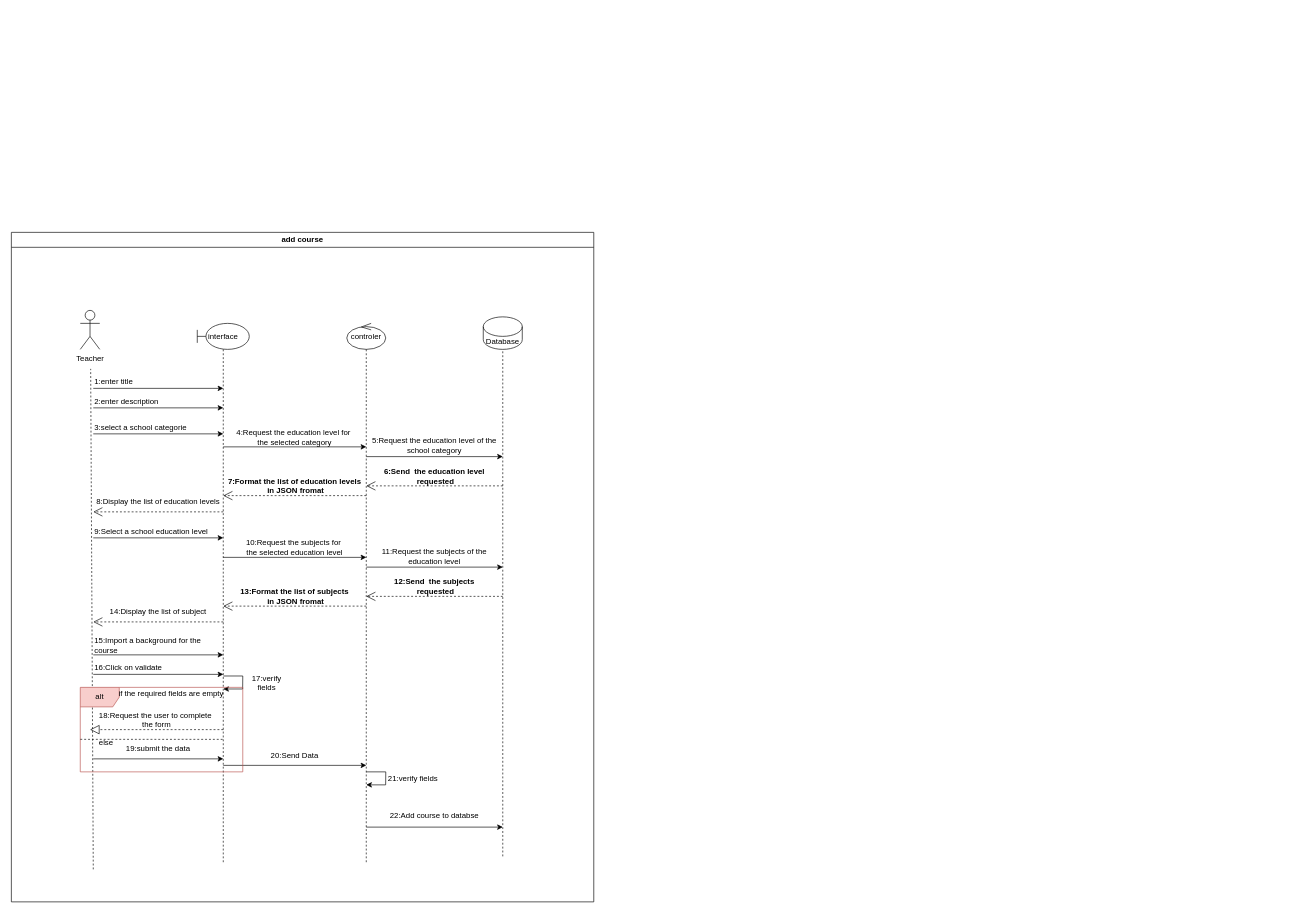
This is add course use case.drawio from faresUnderScore999/test1.0, a draw.io file, before an edit. Source tidied: cells renumbered, new cells numbered last; positions are measured from the earlier drawing's top-left corner, leaving out a move shared by most shapes. Both pictures are drawn from the tidied source at 65%, with x=0, y=0 at pixel (11, 232).
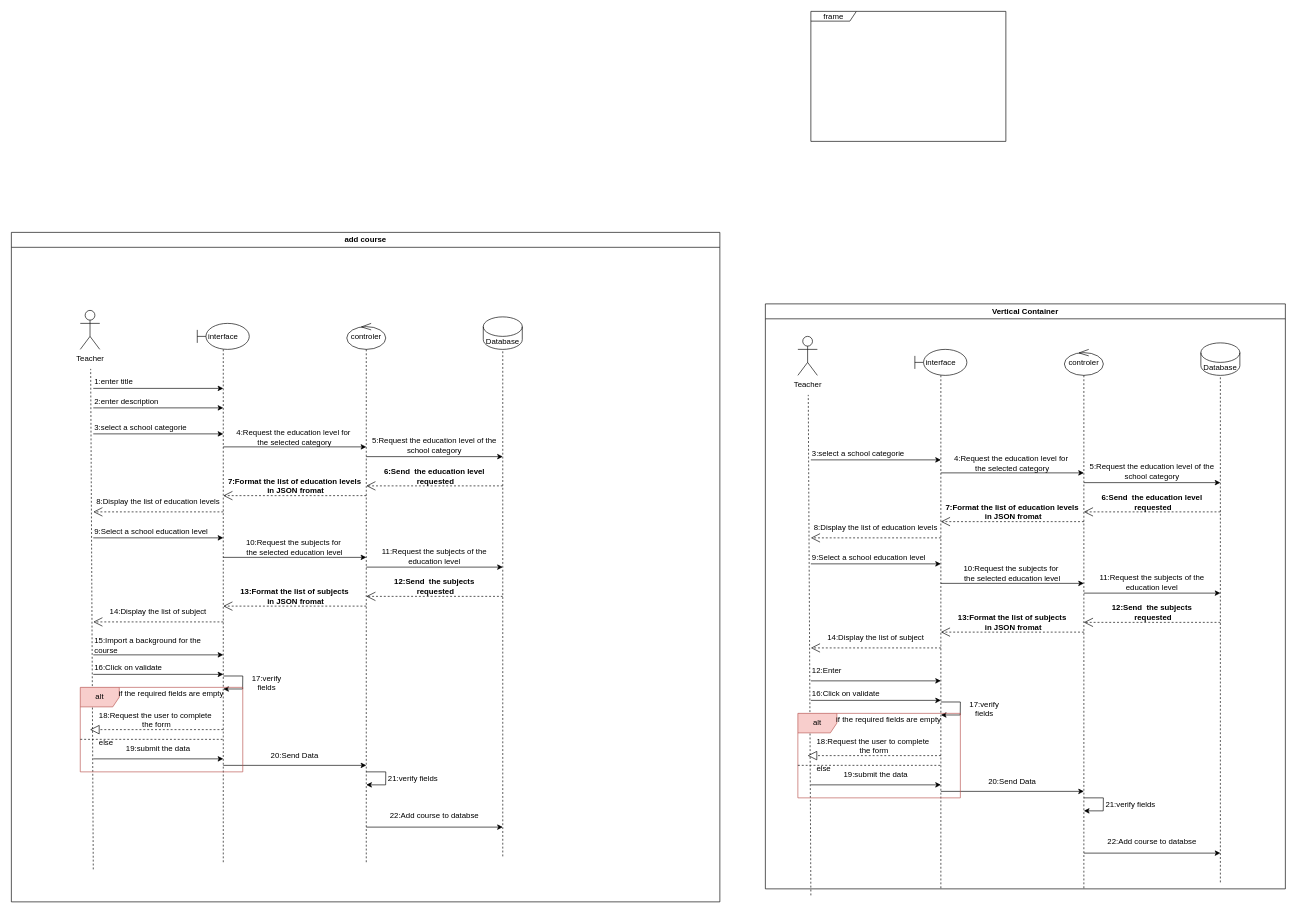
Above is the later version.

Commit message:
Mettre à jour add course use case.drawio

The edit, as a diff of the source:
```diff
@@
     <mxCell id="2" value="add course" style="swimlane;whiteSpace=wrap;html=1;" parent="1" vertex="1">
-      <mxGeometry width="896" height="1030" as="geometry" />
+      <mxGeometry width="1090" height="1030" as="geometry" />
     </mxCell>
@@
+    <mxCell id="57" value="Vertical Container" style="swimlane;whiteSpace=wrap;html=1;" parent="1" vertex="1">
+      <mxGeometry x="1160" y="110" width="800" height="900" as="geometry" />
+    </mxCell>
+    <mxCell id="58" value="Teacher&lt;div&gt;&lt;br&gt;&lt;/div&gt;" style="shape=umlActor;verticalLabelPosition=bottom;verticalAlign=top;html=1;" parent="57" vertex="1">
+      <mxGeometry x="50" y="50" width="30" height="60" as="geometry" />
+    </mxCell>
+    <mxCell id="59" value="interface" style="shape=umlLifeline;perimeter=lifelinePerimeter;whiteSpace=wrap;html=1;newEdgeStyle={&quot;curved&quot;:0,&quot;rounded&quot;:0};participant=umlBoundary;" parent="57" vertex="1">
+      <mxGeometry x="230" y="70" width="80" height="830" as="geometry" />
+    </mxCell>
+    <mxCell id="60" style="endArrow=none;dashed=1;html=1;rounded=0;" parent="57" edge="1">
+      <mxGeometry relative="1" as="geometry">
+        <mxPoint x="70" y="910" as="sourcePoint" />
+        <mxPoint x="66" y="140" as="targetPoint" />
+      </mxGeometry>
+    </mxCell>
+    <mxCell id="61" value="controler" style="shape=umlLifeline;perimeter=lifelinePerimeter;whiteSpace=wrap;html=1;newEdgeStyle={&quot;curved&quot;:0,&quot;rounded&quot;:0};participant=umlControl;" parent="57" vertex="1">
+      <mxGeometry x="460" y="70" width="60" height="830" as="geometry" />
+    </mxCell>
+    <mxCell id="62" value="Database" style="shape=cylinder3;whiteSpace=wrap;html=1;boundedLbl=1;backgroundOutline=1;size=15;" parent="57" vertex="1">
+      <mxGeometry x="670" y="60" width="60" height="50" as="geometry" />
+    </mxCell>
+    <mxCell id="63" style="endArrow=none;dashed=1;html=1;rounded=0;entryX=0.5;entryY=1;entryDx=0;entryDy=0;entryPerimeter=0;" parent="57" edge="1" target="62">
+      <mxGeometry relative="1" as="geometry">
+        <mxPoint x="700" y="890" as="sourcePoint" />
+      </mxGeometry>
+    </mxCell>
+    <mxCell id="64" style="endArrow=classic;html=1;rounded=0;entryX=1;entryY=1;entryDx=0;entryDy=0;exitX=0;exitY=1;exitDx=0;exitDy=0;" parent="57" edge="1" source="65" target="65">
+      <mxGeometry relative="1" as="geometry" />
+    </mxCell>
+    <mxCell id="65" value="3:select a school categorie" style="text;html=1;align=left;verticalAlign=middle;whiteSpace=wrap;rounded=0;" parent="57" vertex="1">
+      <mxGeometry x="70" y="220" width="200" height="20" as="geometry" />
+    </mxCell>
+    <mxCell id="66" style="endArrow=classic;html=1;rounded=0;entryX=1;entryY=1;entryDx=0;entryDy=0;exitX=0;exitY=1;exitDx=0;exitDy=0;" parent="57" edge="1" source="67" target="67">
+      <mxGeometry relative="1" as="geometry" />
+    </mxCell>
+    <mxCell id="67" value="4:Request the education level for&amp;nbsp;&lt;div&gt;the selected category&lt;/div&gt;" style="text;html=1;align=center;verticalAlign=middle;whiteSpace=wrap;rounded=0;" parent="57" vertex="1">
+      <mxGeometry x="270" y="230" width="220" height="30" as="geometry" />
+    </mxCell>
+    <mxCell id="68" value="5:Request the education level of the school category" style="text;html=1;align=center;verticalAlign=middle;whiteSpace=wrap;rounded=0;" parent="57" vertex="1">
+      <mxGeometry x="490" y="240" width="210" height="35" as="geometry" />
+    </mxCell>
+    <mxCell id="69" style="endArrow=classic;html=1;rounded=0;exitX=0;exitY=1;exitDx=0;exitDy=0;entryX=1;entryY=1;entryDx=0;entryDy=0;" parent="57" edge="1" source="68" target="68">
+      <mxGeometry relative="1" as="geometry" />
+    </mxCell>
+    <mxCell id="70" style="endArrow=open;endSize=12;dashed=1;html=1;rounded=0;entryX=0;entryY=1;entryDx=0;entryDy=0;exitX=1;exitY=1;exitDx=0;exitDy=0;" parent="57" edge="1" source="71" target="71">
+      <mxGeometry relative="1" as="geometry" />
+    </mxCell>
+    <mxCell id="71" value="&lt;span style=&quot;font-weight: 700; text-wrap: nowrap;&quot;&gt;6:Send&amp;nbsp; the education level&lt;/span&gt;&lt;div&gt;&lt;span style=&quot;font-weight: 700; text-wrap: nowrap;&quot;&gt;&amp;nbsp;requested&lt;/span&gt;&lt;/div&gt;" style="text;html=1;align=center;verticalAlign=middle;whiteSpace=wrap;rounded=0;" parent="57" vertex="1">
+      <mxGeometry x="490" y="290" width="210" height="30" as="geometry" />
+    </mxCell>
+    <mxCell id="72" style="endArrow=open;endSize=12;dashed=1;html=1;rounded=0;entryX=0;entryY=1;entryDx=0;entryDy=0;exitX=1;exitY=1;exitDx=0;exitDy=0;" parent="57" edge="1" source="73" target="73">
+      <mxGeometry relative="1" as="geometry" />
+    </mxCell>
+    <mxCell id="73" value="&lt;span style=&quot;font-weight: 700; text-wrap: nowrap;&quot;&gt;7:Format the list of education levels&lt;/span&gt;&lt;div&gt;&lt;span style=&quot;font-weight: 700; text-wrap: nowrap;&quot;&gt;&amp;nbsp;in JSON fromat&lt;/span&gt;&lt;/div&gt;" style="text;html=1;align=center;verticalAlign=middle;whiteSpace=wrap;rounded=0;" parent="57" vertex="1">
+      <mxGeometry x="270" y="305" width="220" height="30" as="geometry" />
+    </mxCell>
+    <mxCell id="74" value="8:Display the list of education levels" style="text;html=1;align=center;verticalAlign=middle;whiteSpace=wrap;rounded=0;" parent="57" vertex="1">
+      <mxGeometry x="70" y="330" width="200" height="30" as="geometry" />
+    </mxCell>
+    <mxCell id="75" style="endArrow=classic;html=1;rounded=0;entryX=1;entryY=1;entryDx=0;entryDy=0;exitX=0;exitY=1;exitDx=0;exitDy=0;" parent="57" edge="1" source="76" target="76">
+      <mxGeometry relative="1" as="geometry" />
+    </mxCell>
+    <mxCell id="76" value="9:Select a school education level" style="text;html=1;align=left;verticalAlign=middle;whiteSpace=wrap;rounded=0;" parent="57" vertex="1">
+      <mxGeometry x="70" y="380" width="200" height="20" as="geometry" />
+    </mxCell>
+    <mxCell id="77" style="endArrow=open;endSize=12;dashed=1;html=1;rounded=0;entryX=0;entryY=1;entryDx=0;entryDy=0;exitX=1;exitY=1;exitDx=0;exitDy=0;" parent="57" edge="1" source="74" target="74">
+      <mxGeometry relative="1" as="geometry" />
+    </mxCell>
+    <mxCell id="78" style="endArrow=classic;html=1;rounded=0;entryX=1;entryY=1;entryDx=0;entryDy=0;exitX=0;exitY=1;exitDx=0;exitDy=0;" parent="57" edge="1" source="79" target="79">
+      <mxGeometry relative="1" as="geometry" />
+    </mxCell>
+    <mxCell id="79" value="10:Request the subjects for&amp;nbsp;&lt;div&gt;the selected education level&lt;/div&gt;" style="text;html=1;align=center;verticalAlign=middle;whiteSpace=wrap;rounded=0;" parent="57" vertex="1">
+      <mxGeometry x="270" y="400" width="220" height="30" as="geometry" />
+    </mxCell>
+    <mxCell id="80" value="11:Request the subjects of the education level" style="text;html=1;align=center;verticalAlign=middle;whiteSpace=wrap;rounded=0;" parent="57" vertex="1">
+      <mxGeometry x="490" y="410" width="210" height="35" as="geometry" />
+    </mxCell>
+    <mxCell id="81" style="endArrow=classic;html=1;rounded=0;exitX=0;exitY=1;exitDx=0;exitDy=0;entryX=1;entryY=1;entryDx=0;entryDy=0;" parent="57" edge="1" source="80" target="80">
+      <mxGeometry relative="1" as="geometry" />
+    </mxCell>
+    <mxCell id="82" style="endArrow=open;endSize=12;dashed=1;html=1;rounded=0;entryX=0;entryY=1;entryDx=0;entryDy=0;exitX=1;exitY=1;exitDx=0;exitDy=0;" parent="57" edge="1" source="83" target="83">
+      <mxGeometry relative="1" as="geometry" />
+    </mxCell>
+    <mxCell id="83" value="&lt;span style=&quot;font-weight: 700; text-wrap: nowrap;&quot;&gt;12:Send&amp;nbsp; the subjects&lt;/span&gt;&lt;div&gt;&lt;span style=&quot;font-weight: 700; text-wrap: nowrap;&quot;&gt;&amp;nbsp;requested&lt;/span&gt;&lt;/div&gt;" style="text;html=1;align=center;verticalAlign=middle;whiteSpace=wrap;rounded=0;" parent="57" vertex="1">
+      <mxGeometry x="490" y="460" width="210" height="30" as="geometry" />
+    </mxCell>
+    <mxCell id="84" style="endArrow=open;endSize=12;dashed=1;html=1;rounded=0;entryX=0;entryY=1;entryDx=0;entryDy=0;exitX=1;exitY=1;exitDx=0;exitDy=0;" parent="57" edge="1" source="85" target="85">
+      <mxGeometry relative="1" as="geometry" />
+    </mxCell>
+    <mxCell id="85" value="&lt;span style=&quot;font-weight: 700; text-wrap: nowrap;&quot;&gt;13:Format the list of subjects&lt;/span&gt;&lt;div&gt;&lt;span style=&quot;font-weight: 700; text-wrap: nowrap;&quot;&gt;&amp;nbsp;in JSON fromat&lt;/span&gt;&lt;/div&gt;" style="text;html=1;align=center;verticalAlign=middle;whiteSpace=wrap;rounded=0;" parent="57" vertex="1">
+      <mxGeometry x="270" y="475" width="220" height="30" as="geometry" />
+    </mxCell>
+    <mxCell id="86" value="14:Display the list of subject" style="text;html=1;align=center;verticalAlign=middle;whiteSpace=wrap;rounded=0;" parent="57" vertex="1">
+      <mxGeometry x="70" y="499.3" width="200" height="30" as="geometry" />
+    </mxCell>
+    <mxCell id="87" style="endArrow=open;endSize=12;dashed=1;html=1;rounded=0;entryX=0;entryY=1;entryDx=0;entryDy=0;exitX=1;exitY=1;exitDx=0;exitDy=0;" parent="57" edge="1" source="86" target="86">
+      <mxGeometry relative="1" as="geometry" />
+    </mxCell>
+    <mxCell id="88" style="endArrow=classic;html=1;rounded=0;exitX=0;exitY=1;exitDx=0;exitDy=0;entryX=1;entryY=1;entryDx=0;entryDy=0;" parent="57" edge="1" source="89" target="89">
+      <mxGeometry relative="1" as="geometry" />
+    </mxCell>
+    <mxCell id="89" value="16:Click on validate" style="text;html=1;align=left;verticalAlign=middle;whiteSpace=wrap;rounded=0;" parent="57" vertex="1">
+      <mxGeometry x="70" y="590" width="200" height="20" as="geometry" />
+    </mxCell>
+    <mxCell id="90" style="endArrow=classic;html=1;rounded=0;entryX=1;entryY=1;entryDx=0;entryDy=0;exitX=0;exitY=1;exitDx=0;exitDy=0;" parent="57" edge="1" source="91" target="91">
+      <mxGeometry relative="1" as="geometry" />
+    </mxCell>
+    <mxCell id="91" value="20:Send Data" style="text;html=1;align=center;verticalAlign=middle;whiteSpace=wrap;rounded=0;" parent="57" vertex="1">
+      <mxGeometry x="270" y="720" width="220" height="30" as="geometry" />
+    </mxCell>
+    <mxCell id="92" style="endArrow=classic;html=1;rounded=0;" parent="57" edge="1">
+      <mxGeometry relative="1" as="geometry">
+        <mxPoint x="270" y="612.5" as="sourcePoint" />
+        <mxPoint x="270" y="632.5" as="targetPoint" />
+        <Array as="points">
+          <mxPoint x="300" y="612.5" />
+          <mxPoint x="299.8" y="632.5" />
+        </Array>
+      </mxGeometry>
+    </mxCell>
+    <mxCell id="93" value="17:verify fields" style="text;html=1;align=center;verticalAlign=middle;whiteSpace=wrap;rounded=0;" parent="57" vertex="1">
+      <mxGeometry x="300" y="612.5" width="74" height="20" as="geometry" />
+    </mxCell>
+    <mxCell id="94" value="alt" style="shape=umlFrame;whiteSpace=wrap;html=1;fillColor=#f8cecc;strokeColor=#b85450;" parent="57" vertex="1">
+      <mxGeometry x="50" y="630" width="250" height="130" as="geometry" />
+    </mxCell>
+    <mxCell id="95" value="if the required fields are empty" style="text;html=1;align=center;verticalAlign=middle;whiteSpace=wrap;rounded=0;" parent="57" vertex="1">
+      <mxGeometry x="100" y="632.5" width="180" height="15" as="geometry" />
+    </mxCell>
+    <mxCell id="96" value="18:Request the user to complete&amp;nbsp;&lt;div&gt;the form&lt;/div&gt;" style="text;html=1;align=center;verticalAlign=middle;whiteSpace=wrap;rounded=0;" parent="57" vertex="1">
+      <mxGeometry x="65" y="665" width="205" height="30" as="geometry" />
+    </mxCell>
+    <mxCell id="97" style="endArrow=block;dashed=1;endFill=0;endSize=12;html=1;rounded=0;exitX=1;exitY=1;exitDx=0;exitDy=0;entryX=0;entryY=1;entryDx=0;entryDy=0;" parent="57" edge="1" source="96" target="96">
+      <mxGeometry relative="1" as="geometry" />
+    </mxCell>
+    <mxCell id="98" style="endArrow=none;dashed=1;html=1;rounded=0;exitX=0;exitY=0.615;exitDx=0;exitDy=0;exitPerimeter=0;entryX=1;entryY=0;entryDx=0;entryDy=0;" parent="57" edge="1" source="94" target="100">
+      <mxGeometry relative="1" as="geometry" />
+    </mxCell>
+    <mxCell id="99" style="endArrow=classic;html=1;rounded=0;exitX=0;exitY=1;exitDx=0;exitDy=0;entryX=1;entryY=1;entryDx=0;entryDy=0;" parent="57" edge="1" source="100" target="100">
+      <mxGeometry relative="1" as="geometry" />
+    </mxCell>
+    <mxCell id="100" value="19:submit the data" style="text;html=1;align=center;verticalAlign=middle;whiteSpace=wrap;rounded=0;" parent="57" vertex="1">
+      <mxGeometry x="70" y="710" width="200" height="30" as="geometry" />
+    </mxCell>
+    <mxCell id="101" style="endArrow=classic;html=1;rounded=0;exitX=0;exitY=1;exitDx=0;exitDy=0;entryX=1;entryY=1;entryDx=0;entryDy=0;" parent="57" edge="1" source="102" target="102">
+      <mxGeometry relative="1" as="geometry" />
+    </mxCell>
+    <mxCell id="102" value="12:Enter" style="text;html=1;align=left;verticalAlign=middle;whiteSpace=wrap;rounded=0;" parent="57" vertex="1">
+      <mxGeometry x="70" y="550" width="200" height="30" as="geometry" />
+    </mxCell>
+    <mxCell id="103" value="else" style="text;html=1;align=center;verticalAlign=middle;whiteSpace=wrap;rounded=0;" parent="57" vertex="1">
+      <mxGeometry x="70" y="710" width="40" height="10" as="geometry" />
+    </mxCell>
+    <mxCell id="104" style="endArrow=classic;html=1;rounded=0;" parent="57" edge="1">
+      <mxGeometry relative="1" as="geometry">
+        <mxPoint x="490" y="760" as="sourcePoint" />
+        <mxPoint x="490" y="780" as="targetPoint" />
+        <Array as="points">
+          <mxPoint x="520" y="760" />
+          <mxPoint x="519.8" y="780" />
+        </Array>
+      </mxGeometry>
+    </mxCell>
+    <mxCell id="105" value="21:verify fields" style="text;html=1;align=center;verticalAlign=middle;whiteSpace=wrap;rounded=0;" parent="57" vertex="1">
+      <mxGeometry x="520" y="760" width="84" height="20" as="geometry" />
+    </mxCell>
+    <mxCell id="106" value="22:Add course to databse" style="text;html=1;align=center;verticalAlign=middle;whiteSpace=wrap;rounded=0;" parent="57" vertex="1">
+      <mxGeometry x="490" y="810" width="210" height="35" as="geometry" />
+    </mxCell>
+    <mxCell id="107" style="endArrow=classic;html=1;rounded=0;exitX=0;exitY=1;exitDx=0;exitDy=0;entryX=1;entryY=1;entryDx=0;entryDy=0;" parent="57" edge="1" source="106" target="106">
+      <mxGeometry relative="1" as="geometry" />
+    </mxCell>
+    <mxCell id="108" value="frame" style="shape=umlFrame;whiteSpace=wrap;html=1;width=70;height=15;" parent="1" vertex="1">
+      <mxGeometry x="1230" y="-340" width="300" height="200" as="geometry" />
+    </mxCell>
```
